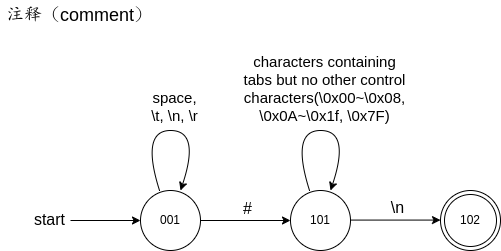
Before: design_data/images/状态转换图之注释.png, a diagram exported from draw.io (WillardLu/petunia). Source tidied: cells renumbered, new cells last; positions are measured from the earlier drawing's top-left corner, leaving out a move shared by most shapes.
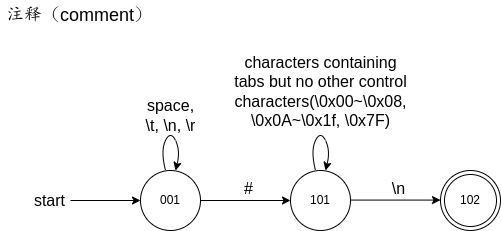
The same diagram one commit later.

What changed in the source:
```diff
@@ -13,57 +13,63 @@
     <mxCell id="4" value="start" style="edgeLabel;html=1;align=right;verticalAlign=middle;fontSize=16;spacingLeft=0;spacingRight=27;" parent="3" vertex="1">
       <mxGeometry x="-0.37" y="1" relative="1" as="geometry" />
     </mxCell>
-    <mxCell id="5" style="curved=1;endArrow=classic;html=1;rounded=0;exitX=0.317;exitY=-0.05;exitDx=0;exitDy=0;exitPerimeter=0;" parent="1" edge="1">
-      <mxGeometry relative="1" as="geometry">
-        <mxPoint x="159" y="190" as="sourcePoint" />
-        <mxPoint x="180" y="190" as="targetPoint" />
-        <Array as="points">
-          <mxPoint x="140" y="130" />
-          <mxPoint x="200" y="130" />
-        </Array>
-      </mxGeometry>
+    <mxCell id="5" value="101" style="shape=ellipse;html=1;dashed=0;whiteSpace=wrap;perimeter=ellipsePerimeter;" parent="1" vertex="1">
+      <mxGeometry x="290" y="190" width="60" height="60" as="geometry" />
     </mxCell>
-    <mxCell id="6" value="space, &lt;br style=&quot;font-size: 15px;&quot;&gt;\t, \n, \r" style="edgeLabel;html=1;align=center;verticalAlign=bottom;fontSize=15;spacingBottom=6;" parent="5" vertex="1">
-      <mxGeometry x="0.04" y="-2" relative="1" as="geometry" />
+    <mxCell id="6" style="endArrow=classic;html=1;rounded=0;exitX=1;exitY=0.5;exitDx=0;exitDy=0;" parent="1" edge="1" source="2">
+      <mxGeometry relative="1" as="geometry">
+        <mxPoint x="290" y="220" as="targetPoint" />
+      </mxGeometry>
     </mxCell>
-    <mxCell id="7" value="101" style="shape=ellipse;html=1;dashed=0;whiteSpace=wrap;perimeter=ellipsePerimeter;" parent="1" vertex="1">
-      <mxGeometry x="290" y="190" width="60" height="60" as="geometry" />
+    <mxCell id="7" value="#" style="edgeLabel;html=1;align=center;verticalAlign=bottom;fontSize=16;" parent="6" vertex="1">
+      <mxGeometry x="0.04" y="1" relative="1" as="geometry" />
     </mxCell>
-    <mxCell id="8" style="curved=1;endArrow=classic;html=1;rounded=0;exitX=0.317;exitY=-0.05;exitDx=0;exitDy=0;exitPerimeter=0;" parent="1" edge="1">
-      <mxGeometry relative="1" as="geometry">
-        <mxPoint x="309" y="190" as="sourcePoint" />
-        <mxPoint x="330" y="190" as="targetPoint" />
-        <Array as="points">
-          <mxPoint x="290" y="130" />
-          <mxPoint x="350" y="130" />
-        </Array>
-      </mxGeometry>
+    <mxCell id="8" value="注释（comment）" style="text;strokeColor=none;fillColor=none;align=left;verticalAlign=middle;spacingLeft=4;spacingRight=4;overflow=hidden;whiteSpace=wrap;html=1;fontSize=18;fontFamily=Helvetica;" parent="1" vertex="1">
+      <mxGeometry y="20" width="180" height="30" as="geometry" />
     </mxCell>
-    <mxCell id="9" value="characters containing&lt;br&gt;tabs but no other control&lt;br&gt;characters(\0x00~\0x08,&lt;br&gt;\0x0A~\0x1f, \0x7F)" style="edgeLabel;html=1;align=center;verticalAlign=bottom;fontSize=15;spacingBottom=6;" parent="8" vertex="1">
-      <mxGeometry x="0.04" y="-2" relative="1" as="geometry" />
+    <mxCell id="9" style="endArrow=classic;html=1;rounded=0;exitX=1;exitY=0.5;exitDx=0;exitDy=0;" parent="1" edge="1">
+      <mxGeometry relative="1" as="geometry">
+        <mxPoint x="350" y="219.6" as="sourcePoint" />
+        <mxPoint x="440" y="219.6" as="targetPoint" />
+      </mxGeometry>
     </mxCell>
-    <mxCell id="10" style="endArrow=classic;html=1;rounded=0;exitX=1;exitY=0.5;exitDx=0;exitDy=0;" parent="1" edge="1" source="2">
-      <mxGeometry relative="1" as="geometry">
-        <mxPoint x="290" y="220" as="targetPoint" />
-      </mxGeometry>
+    <mxCell id="10" value="\n" style="edgeLabel;html=1;align=center;verticalAlign=bottom;fontSize=16;" parent="9" vertex="1">
+      <mxGeometry x="0.04" y="1" relative="1" as="geometry" />
     </mxCell>
-    <mxCell id="11" value="#" style="edgeLabel;html=1;align=center;verticalAlign=bottom;fontSize=16;" parent="10" vertex="1">
-      <mxGeometry x="0.04" y="1" relative="1" as="geometry" />
+    <mxCell id="11" value="102" style="ellipse;shape=doubleEllipse;html=1;dashed=0;whiteSpace=wrap;" parent="1" vertex="1">
+      <mxGeometry x="440" y="190" width="60" height="60" as="geometry" />
     </mxCell>
-    <mxCell id="12" value="注释（comment）" style="text;strokeColor=none;fillColor=none;align=left;verticalAlign=middle;spacingLeft=4;spacingRight=4;overflow=hidden;whiteSpace=wrap;html=1;fontSize=18;fontFamily=Helvetica;" parent="1" vertex="1">
-      <mxGeometry width="180" height="30" as="geometry" />
+    <mxCell id="12" style="curved=1;endArrow=classic;html=1;rounded=0;" parent="1" edge="1">
+      <mxGeometry relative="1" as="geometry">
+        <mxPoint x="165" y="190" as="sourcePoint" />
+        <mxPoint x="175" y="190" as="targetPoint" />
+        <Array as="points">
+          <mxPoint x="160" y="170" />
+          <mxPoint x="170" y="150" />
+          <mxPoint x="180" y="170" />
+        </Array>
+      </mxGeometry>
     </mxCell>
-    <mxCell id="13" style="endArrow=classic;html=1;rounded=0;exitX=1;exitY=0.5;exitDx=0;exitDy=0;" parent="1" edge="1">
-      <mxGeometry relative="1" as="geometry">
-        <mxPoint x="350" y="219.6" as="sourcePoint" />
-        <mxPoint x="440" y="219.6" as="targetPoint" />
+    <mxCell id="13" value="&lt;font style=&quot;font-size: 16px;&quot;&gt;space,&lt;br&gt;\t, \n, \r&lt;/font&gt;" style="edgeLabel;html=1;align=center;verticalAlign=middle;" parent="12" vertex="1">
+      <mxGeometry x="-0.11" y="-2" relative="1" as="geometry">
+        <mxPoint y="-21" as="offset" />
       </mxGeometry>
     </mxCell>
-    <mxCell id="14" value="\n" style="edgeLabel;html=1;align=center;verticalAlign=bottom;fontSize=16;" parent="13" vertex="1">
-      <mxGeometry x="0.04" y="1" relative="1" as="geometry" />
+    <mxCell id="14" style="curved=1;endArrow=classic;html=1;rounded=0;spacing=0;verticalAlign=middle;" parent="1" edge="1">
+      <mxGeometry relative="1" as="geometry">
+        <mxPoint x="315" y="190" as="sourcePoint" />
+        <mxPoint x="325" y="190" as="targetPoint" />
+        <Array as="points">
+          <mxPoint x="310" y="170" />
+          <mxPoint x="320" y="150" />
+          <mxPoint x="330" y="170" />
+        </Array>
+      </mxGeometry>
     </mxCell>
-    <mxCell id="15" value="102" style="ellipse;shape=doubleEllipse;html=1;dashed=0;whiteSpace=wrap;" parent="1" vertex="1">
-      <mxGeometry x="440" y="190" width="60" height="60" as="geometry" />
+    <mxCell id="15" value="&lt;font style=&quot;font-size: 16px;&quot;&gt;characters containing&lt;br style=&quot;border-color: var(--border-color);&quot;&gt;tabs but no other control&lt;br style=&quot;border-color: var(--border-color);&quot;&gt;characters(\0x00~\0x08,&lt;br style=&quot;border-color: var(--border-color);&quot;&gt;\0x0A~\0x1f, \0x7F)&lt;/font&gt;" style="edgeLabel;html=1;align=center;verticalAlign=middle;" parent="14" vertex="1">
+      <mxGeometry x="-0.11" y="-2" relative="1" as="geometry">
+        <mxPoint y="-45" as="offset" />
+      </mxGeometry>
     </mxCell>
   </root>
 </mxGraphModel>
```
